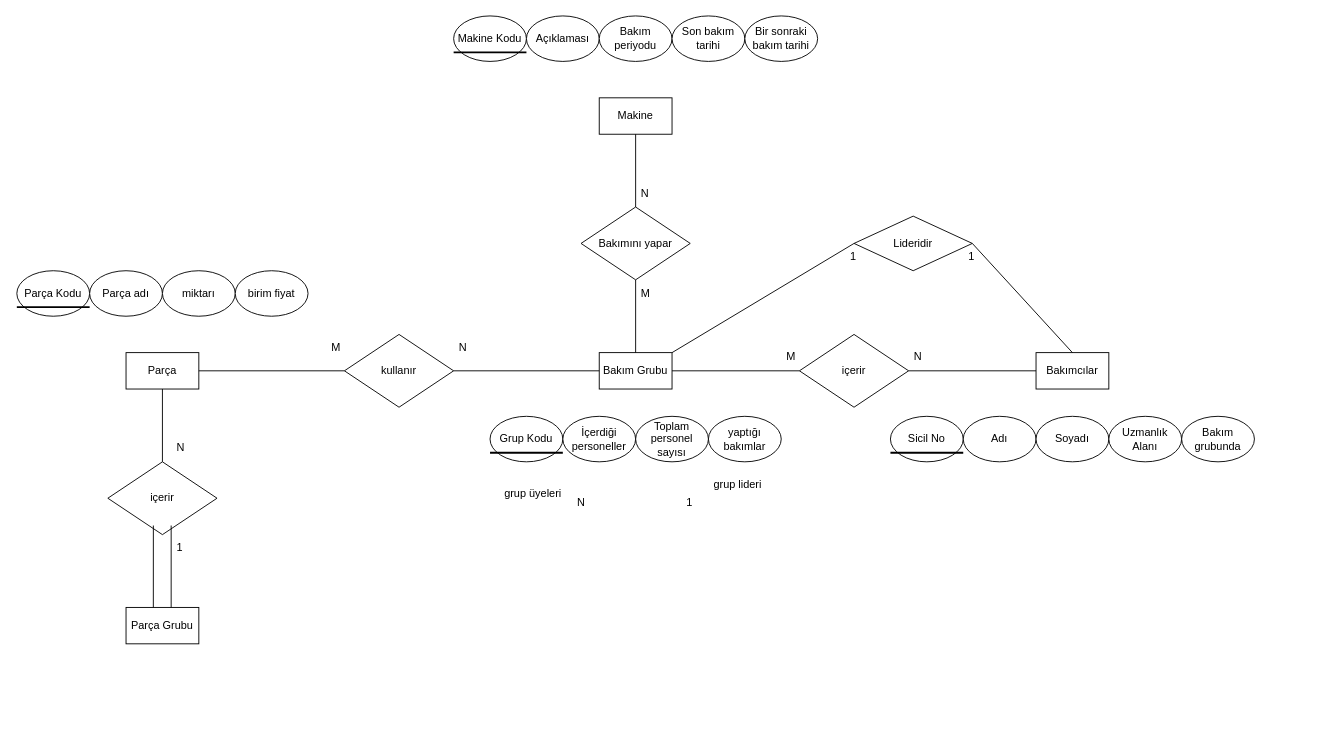
Before: ogrenci_bilgi_sistemi.drawio in semihhdemirel/semihhdemirel, a draw.io diagram. Source tidied: cells renumbered, new cells numbered last; positions are measured from the earlier drawing's top-left corner, leaving out a move shared by most shapes. Both pictures are drawn from the tidied source at 91%, with x=0, y=0 at pixel (16, 15).
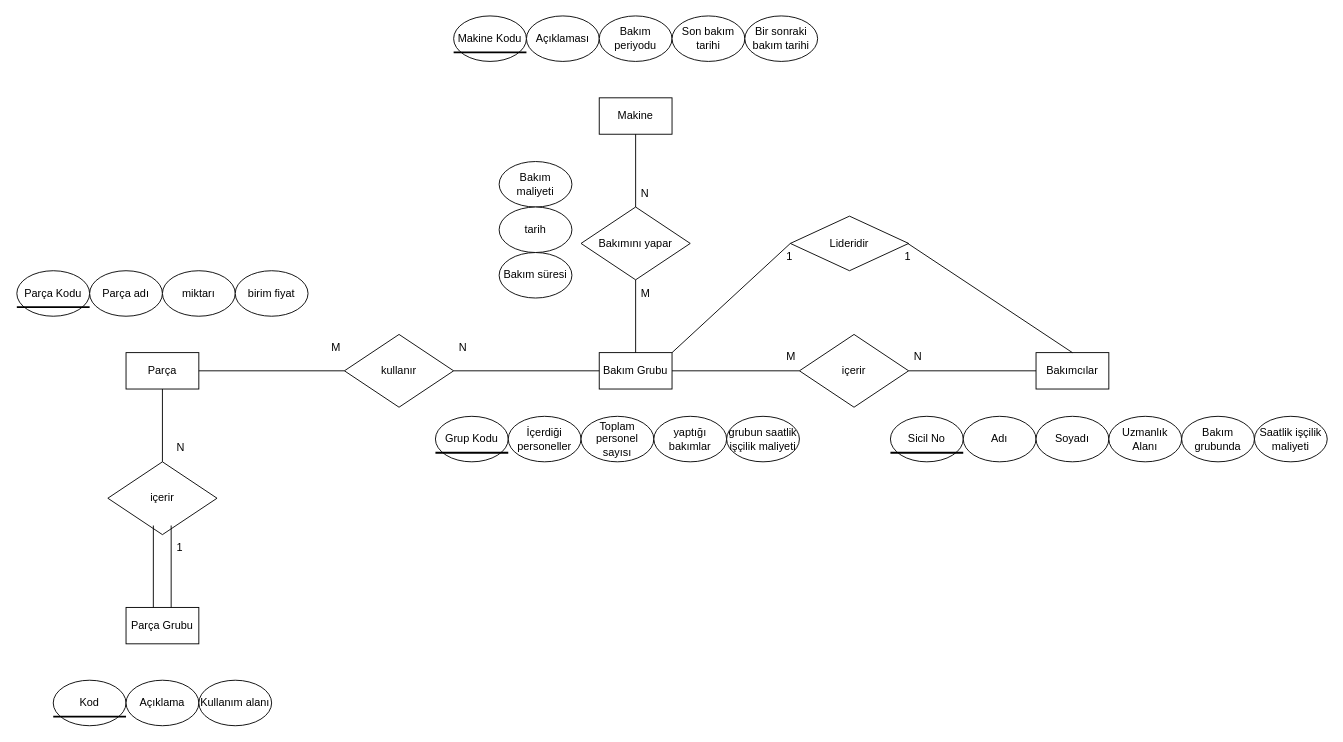
The same diagram, later.

Unchanged cells that the change refers to:
```xml
<mxCell id="8" value="Bakımcılar" style="rounded=0;whiteSpace=wrap;html=1;" parent="1" vertex="1">
  <mxGeometry x="1120" y="370" width="80" height="40" as="geometry" />
</mxCell>
```

Diff of the diagram source:
```diff
@@
     <mxCell id="17" value="Grup Kodu" style="ellipse;whiteSpace=wrap;html=1;" parent="1" vertex="1">
-      <mxGeometry x="520" y="440" width="80" height="50" as="geometry" />
+      <mxGeometry x="460" y="440" width="80" height="50" as="geometry" />
     </mxCell>
     <mxCell id="18" value="İçerdiği personeller" style="ellipse;whiteSpace=wrap;html=1;" parent="1" vertex="1">
-      <mxGeometry x="600" y="440" width="80" height="50" as="geometry" />
+      <mxGeometry x="540" y="440" width="80" height="50" as="geometry" />
     </mxCell>
     <mxCell id="19" value="Toplam personel sayısı" style="ellipse;whiteSpace=wrap;html=1;" parent="1" vertex="1">
-      <mxGeometry x="680" y="440" width="80" height="50" as="geometry" />
+      <mxGeometry x="620" y="440" width="80" height="50" as="geometry" />
     </mxCell>
     <mxCell id="20" value="yaptığı bakımlar" style="ellipse;whiteSpace=wrap;html=1;" parent="1" vertex="1">
-      <mxGeometry x="760" y="440" width="80" height="50" as="geometry" />
+      <mxGeometry x="700" y="440" width="80" height="50" as="geometry" />
     </mxCell>
     <mxCell id="21" style="endArrow=none;html=1;rounded=0;jumpSize=10;strokeWidth=2;" parent="1" edge="1">
       <mxGeometry relative="1" as="geometry">
-        <mxPoint x="520" y="480" as="sourcePoint" />
-        <mxPoint x="600" y="480" as="targetPoint" />
+        <mxPoint x="460" y="480" as="sourcePoint" />
+        <mxPoint x="540" y="480" as="targetPoint" />
       </mxGeometry>
     </mxCell>
@@
     <mxCell id="43" value="Lideridir" style="rhombus;whiteSpace=wrap;html=1;" parent="1" vertex="1">
-      <mxGeometry x="920" y="220" width="130" height="60" as="geometry" />
+      <mxGeometry x="850" y="220" width="130" height="60" as="geometry" />
     </mxCell>
-    <mxCell id="44" value="1" style="text;strokeColor=none;fillColor=none;align=left;verticalAlign=middle;spacingLeft=4;spacingRight=4;overflow=hidden;whiteSpace=wrap;html=1;" parent="1" vertex="1">
-      <mxGeometry x="730" y="520" width="80" height="30" as="geometry" />
-    </mxCell>
-    <mxCell id="45" value="grup üyeleri" style="text;strokeColor=none;fillColor=none;align=left;verticalAlign=middle;spacingLeft=4;spacingRight=4;overflow=hidden;whiteSpace=wrap;html=1;" parent="1" vertex="1">
-      <mxGeometry x="530" y="510" width="80" height="30" as="geometry" />
-    </mxCell>
-    <mxCell id="46" value="grup lideri" style="text;strokeColor=none;fillColor=none;align=left;verticalAlign=middle;spacingLeft=4;spacingRight=4;overflow=hidden;whiteSpace=wrap;html=1;" parent="1" vertex="1">
-      <mxGeometry x="760" y="500" width="80" height="30" as="geometry" />
-    </mxCell>
-    <mxCell id="47" value="N" style="text;strokeColor=none;fillColor=none;align=left;verticalAlign=middle;spacingLeft=4;spacingRight=4;overflow=hidden;whiteSpace=wrap;html=1;" parent="1" vertex="1">
-      <mxGeometry x="610" y="520" width="80" height="30" as="geometry" />
-    </mxCell>
@@
-    <mxCell id="49" style="endArrow=none;html=1;rounded=0;exitX=0.5;exitY=0;exitDx=0;exitDy=0;" parent="1" edge="1" source="8">
-      <mxGeometry relative="1" as="geometry">
-        <mxPoint x="1050" y="250" as="targetPoint" />
-      </mxGeometry>
+    <mxCell id="49" style="endArrow=none;html=1;rounded=0;exitX=0.5;exitY=0;exitDx=0;exitDy=0;entryX=0.113;entryY=0;entryDx=0;entryDy=0;entryPerimeter=0;" parent="1" edge="1" source="8" target="50">
+      <mxGeometry relative="1" as="geometry" />
     </mxCell>
     <mxCell id="50" value="1" style="text;strokeColor=none;fillColor=none;align=left;verticalAlign=middle;spacingLeft=4;spacingRight=4;overflow=hidden;points=[[0,0.5],[1,0.5]];portConstraint=eastwest;whiteSpace=wrap;html=1;" parent="1" vertex="1">
-      <mxGeometry x="1040" y="250" width="80" height="30" as="geometry" />
+      <mxGeometry x="970" y="250" width="80" height="30" as="geometry" />
     </mxCell>
     <mxCell id="51" value="1" style="text;strokeColor=none;fillColor=none;align=left;verticalAlign=middle;spacingLeft=4;spacingRight=4;overflow=hidden;whiteSpace=wrap;html=1;" parent="1" vertex="1">
-      <mxGeometry x="910" y="250" width="80" height="30" as="geometry" />
+      <mxGeometry x="840" y="250" width="80" height="30" as="geometry" />
     </mxCell>
@@
+    <mxCell id="59" value="Kod" style="ellipse;whiteSpace=wrap;html=1;" parent="1" vertex="1">
+      <mxGeometry x="40" y="730" width="80" height="50" as="geometry" />
+    </mxCell>
+    <mxCell id="60" value="Açıklama" style="ellipse;whiteSpace=wrap;html=1;" parent="1" vertex="1">
+      <mxGeometry x="120" y="730" width="80" height="50" as="geometry" />
+    </mxCell>
+    <mxCell id="61" value="Kullanım alanı" style="ellipse;whiteSpace=wrap;html=1;" parent="1" vertex="1">
+      <mxGeometry x="200" y="730" width="80" height="50" as="geometry" />
+    </mxCell>
+    <mxCell id="62" style="endArrow=none;html=1;rounded=0;jumpSize=10;strokeWidth=2;" parent="1" edge="1">
+      <mxGeometry relative="1" as="geometry">
+        <mxPoint x="40" y="770" as="sourcePoint" />
+        <mxPoint x="120" y="770" as="targetPoint" />
+      </mxGeometry>
+    </mxCell>
+    <mxCell id="63" value="Bakım maliyeti" style="ellipse;whiteSpace=wrap;html=1;" parent="1" vertex="1">
+      <mxGeometry x="530" y="160" width="80" height="50" as="geometry" />
+    </mxCell>
+    <mxCell id="64" value="tarih" style="ellipse;whiteSpace=wrap;html=1;" parent="1" vertex="1">
+      <mxGeometry x="530" y="210" width="80" height="50" as="geometry" />
+    </mxCell>
+    <mxCell id="65" value="Bakım süresi" style="ellipse;whiteSpace=wrap;html=1;" parent="1" vertex="1">
+      <mxGeometry x="530" y="260" width="80" height="50" as="geometry" />
+    </mxCell>
+    <mxCell id="66" value="grubun saatlik işçilik maliyeti" style="ellipse;whiteSpace=wrap;html=1;" parent="1" vertex="1">
+      <mxGeometry x="780" y="440" width="80" height="50" as="geometry" />
+    </mxCell>
+    <mxCell id="67" value="Saatlik işçilik maliyeti" style="ellipse;whiteSpace=wrap;html=1;" parent="1" vertex="1">
+      <mxGeometry x="1360" y="440" width="80" height="50" as="geometry" />
+    </mxCell>
```
